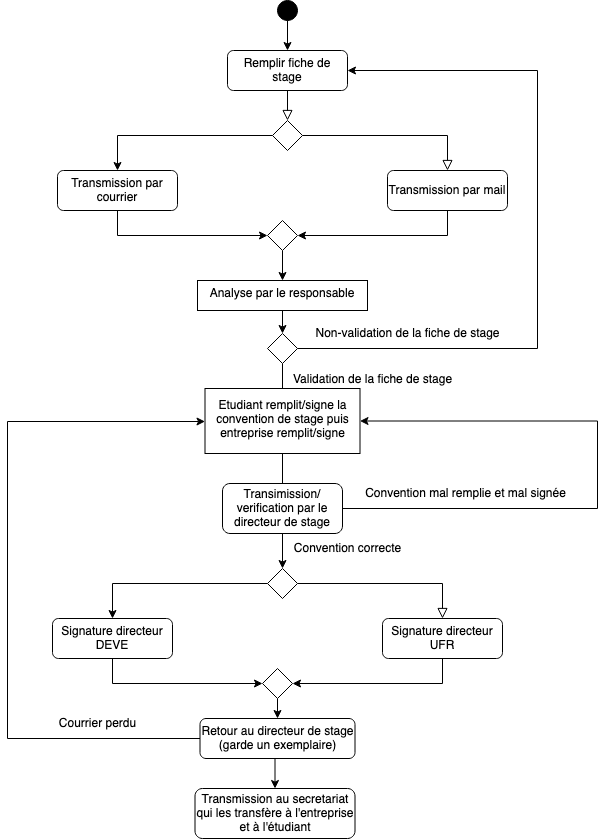
The draw.io diagram scenario.drawio.png in adamspd/outils-ingenierie, before a commit. Source tidied: cells renumbered, new cells last; positions are measured from the earlier drawing's top-left corner, leaving out a move shared by most shapes.
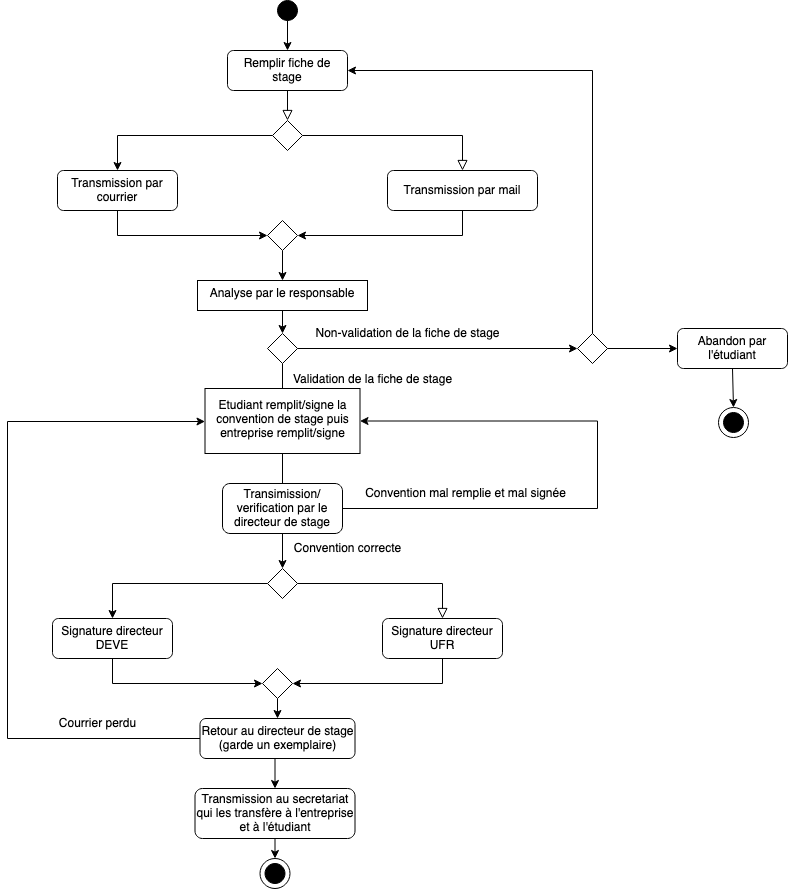
The same file after the commit.

What changed in the source:
```diff
@@ -25,7 +25,7 @@
       <mxGeometry relative="1" as="geometry" />
     </mxCell>
     <mxCell id="8" value="Transmission par mail" style="rounded=1;whiteSpace=wrap;html=1;fontSize=12;glass=0;strokeWidth=1;shadow=0;" parent="1" vertex="1">
-      <mxGeometry x="380" y="170" width="120" height="40" as="geometry" />
+      <mxGeometry x="380" y="170" width="150" height="40" as="geometry" />
     </mxCell>
     <mxCell id="9" style="edgeStyle=orthogonalEdgeStyle;rounded=0;jettySize=auto;html=1;" parent="1" edge="1" source="10" target="3">
       <mxGeometry relative="1" as="geometry" />
@@ -45,20 +45,14 @@
     <mxCell id="14" style="rhombus;whiteSpace=wrap;html=1;shadow=0;fontFamily=Helvetica;fontSize=12;align=center;strokeWidth=1;spacing=6;spacingTop=-4;" parent="1" vertex="1">
       <mxGeometry x="260" y="220" width="30" height="30" as="geometry" />
     </mxCell>
-    <mxCell id="15" style="edgeStyle=orthogonalEdgeStyle;rounded=0;jettySize=auto;html=1;exitX=1;exitY=0.5;exitDx=0;exitDy=0;entryX=1;entryY=0.5;entryDx=0;entryDy=0;" parent="1" edge="1" target="3">
-      <mxGeometry relative="1" as="geometry">
-        <mxPoint x="290" y="348" as="sourcePoint" />
-        <Array as="points">
-          <mxPoint x="530" y="348" />
-          <mxPoint x="530" y="70" />
-        </Array>
-      </mxGeometry>
-    </mxCell>
     <mxCell id="16" style="edgeStyle=orthogonalEdgeStyle;rounded=0;jettySize=auto;html=1;fontSize=18;" parent="1" edge="1" source="17">
       <mxGeometry relative="1" as="geometry">
         <mxPoint x="275" y="439" as="targetPoint" />
       </mxGeometry>
     </mxCell>
+    <mxCell id="43" style="edgeStyle=orthogonalEdgeStyle;rounded=0;jettySize=auto;html=1;exitX=1;exitY=0.5;exitDx=0;exitDy=0;entryX=0;entryY=0.5;entryDx=0;entryDy=0;fontSize=12;" parent="1" edge="1" source="17" target="47">
+      <mxGeometry relative="1" as="geometry" />
+    </mxCell>
     <mxCell id="17" style="rhombus;whiteSpace=wrap;html=1;shadow=0;fontFamily=Helvetica;fontSize=12;align=center;strokeWidth=1;spacing=6;spacingTop=-4;" parent="1" vertex="1">
       <mxGeometry x="260" y="333" width="30" height="30" as="geometry" />
     </mxCell>
@@ -148,11 +142,41 @@
     <mxCell id="40" value="Retour au directeur de stage (garde un exemplaire)" style="rounded=1;whiteSpace=wrap;html=1;fontSize=12;glass=0;strokeWidth=1;shadow=0;" parent="1" vertex="1">
       <mxGeometry x="192.5" y="718" width="155" height="40" as="geometry" />
     </mxCell>
+    <mxCell id="44" style="edgeStyle=orthogonalEdgeStyle;rounded=0;jettySize=auto;html=1;exitX=0.5;exitY=1;exitDx=0;exitDy=0;entryX=0.5;entryY=0;entryDx=0;entryDy=0;fontSize=12;" parent="1" edge="1" source="41" target="51">
+      <mxGeometry relative="1" as="geometry" />
+    </mxCell>
     <mxCell id="41" value="Transmission au secretariat qui les transfère à l'entreprise et à l'étudiant" style="rounded=1;whiteSpace=wrap;html=1;fontSize=12;glass=0;strokeWidth=1;shadow=0;" parent="1" vertex="1">
       <mxGeometry x="187.5" y="788" width="160" height="50" as="geometry" />
     </mxCell>
     <mxCell id="42" value="&lt;div&gt;Courrier perdu&lt;/div&gt;" style="text;html=1;align=center;verticalAlign=middle;strokeColor=none;fillColor=none;fontSize=12;" parent="1" vertex="1">
       <mxGeometry x="45" y="713" width="90" height="20" as="geometry" />
     </mxCell>
+    <mxCell id="45" style="edgeStyle=orthogonalEdgeStyle;rounded=0;jettySize=auto;html=1;exitX=0.5;exitY=0;exitDx=0;exitDy=0;entryX=1;entryY=0.5;entryDx=0;entryDy=0;fontSize=12;" parent="1" edge="1" source="47" target="3">
+      <mxGeometry relative="1" as="geometry" />
+    </mxCell>
+    <mxCell id="46" style="edgeStyle=orthogonalEdgeStyle;rounded=0;jettySize=auto;html=1;exitX=1;exitY=0.5;exitDx=0;exitDy=0;entryX=0;entryY=0.5;entryDx=0;entryDy=0;fontSize=12;" parent="1" edge="1" source="47" target="49">
+      <mxGeometry relative="1" as="geometry" />
+    </mxCell>
+    <mxCell id="47" style="rhombus;whiteSpace=wrap;html=1;shadow=0;fontFamily=Helvetica;fontSize=12;align=center;strokeWidth=1;spacing=6;spacingTop=-4;" parent="1" vertex="1">
+      <mxGeometry x="570" y="333" width="30" height="30" as="geometry" />
+    </mxCell>
+    <mxCell id="48" style="edgeStyle=orthogonalEdgeStyle;rounded=0;jettySize=auto;html=1;exitX=0.5;exitY=1;exitDx=0;exitDy=0;entryX=0.5;entryY=0;entryDx=0;entryDy=0;fontSize=12;" parent="1" edge="1" source="49" target="53">
+      <mxGeometry relative="1" as="geometry" />
+    </mxCell>
+    <mxCell id="49" value="Abandon par l'étudiant" style="rounded=1;whiteSpace=wrap;html=1;fontSize=12;glass=0;strokeWidth=1;shadow=0;" parent="1" vertex="1">
+      <mxGeometry x="670" y="328" width="110" height="40" as="geometry" />
+    </mxCell>
+    <mxCell id="50" style="ellipse;whiteSpace=wrap;html=1;rounded=1;shadow=0;strokeWidth=1;glass=0;fillColor=#000000;" parent="1" vertex="1">
+      <mxGeometry x="257.5" y="863" width="20" height="20" as="geometry" />
+    </mxCell>
+    <mxCell id="51" style="ellipse;whiteSpace=wrap;html=1;fontSize=12;fillColor=none;" parent="1" vertex="1">
+      <mxGeometry x="252.5" y="858" width="30" height="30" as="geometry" />
+    </mxCell>
+    <mxCell id="52" style="ellipse;whiteSpace=wrap;html=1;rounded=1;shadow=0;strokeWidth=1;glass=0;fillColor=#000000;" parent="1" vertex="1">
+      <mxGeometry x="716" y="412" width="20" height="20" as="geometry" />
+    </mxCell>
+    <mxCell id="53" style="ellipse;whiteSpace=wrap;html=1;fontSize=12;fillColor=none;" parent="1" vertex="1">
+      <mxGeometry x="711" y="407" width="30" height="30" as="geometry" />
+    </mxCell>
   </root>
 </mxGraphModel>
```
